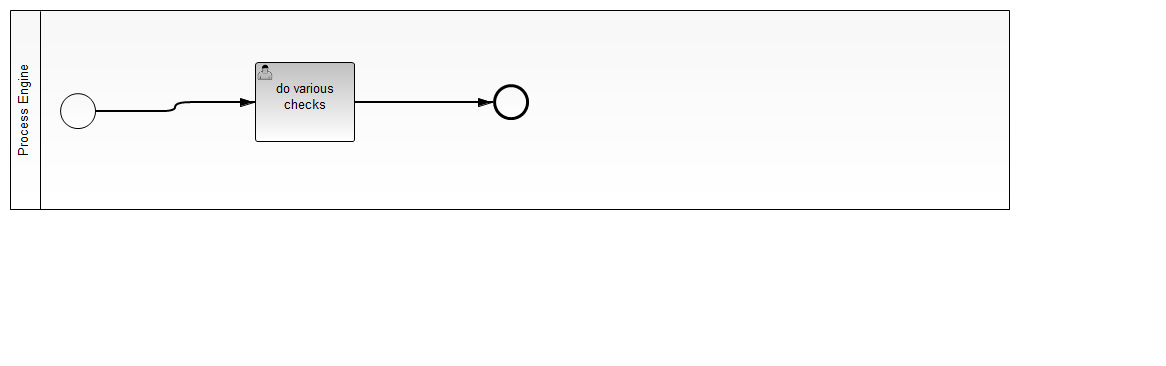
The BPMN diagram snippets/subtask-checklist/src/main/resources/process.png in camunda-consulting/camunda-7-code-examples, before a commit. Its source is kept beside it as snippets/subtask-checklist/src/main/resources/process.bpmn. Ids are renumbered. Source of this version:
```xml
<bpmn2:definitions xmlns:xsi="http://www.w3.org/2001/XMLSchema-instance" xmlns:bpmn2="http://www.omg.org/spec/BPMN/20100524/MODEL" xmlns:bpmndi="http://www.omg.org/spec/BPMN/20100524/DI" xmlns:camunda="http://activiti.org/bpmn" xmlns:dc="http://www.omg.org/spec/DD/20100524/DC" xmlns:di="http://www.omg.org/spec/DD/20100524/DI" xsi:schemaLocation="http://www.omg.org/spec/BPMN/20100524/MODEL BPMN20.xsd" id="Definitions_1" exporter="camunda modeler" exporterVersion="2.7.0.201501051438" targetNamespace="http://www.example.org/bpmn">
  <bpmn2:collaboration id="Collaboration_1" name="Default Collaboration">
    <bpmn2:participant id="Process_Engine" name="Process Engine" processRef="subtask-checklist"/>
  </bpmn2:collaboration>
  <bpmn2:process id="subtask-checklist" name="subtask-checklist" isExecutable="true">
    <bpmn2:startEvent id="StartEvent_1">
      <bpmn2:outgoing>SequenceFlow_1</bpmn2:outgoing>
    </bpmn2:startEvent>
    <bpmn2:endEvent id="EndEvent_1">
      <bpmn2:incoming>SequenceFlow_2</bpmn2:incoming>
    </bpmn2:endEvent>
    <bpmn2:sequenceFlow id="SequenceFlow_1" sourceRef="StartEvent_1" targetRef="Task_1"/>
    <bpmn2:userTask id="Task_1" camunda:formKey="embedded:app:task-form.html" name="do various checks">
      <bpmn2:extensionElements>
        <camunda:taskListener class="com.camunda.bpm.demo.subtask_checklist.CreateSubTasksListener" event="create"/>
        <camunda:properties>
          <camunda:property value="{   &quot;subtasks&quot;: [       {           &quot;taskName&quot;: &quot;checkmilage&quot;,           &quot;taskFormKey&quot;: &quot;myForm.jsf&quot;       },       {           &quot;taskName&quot;: &quot;checkdamages&quot;,           &quot;taskFormKey&quot;: &quot;myForm.jsf&quot;       }   ]}" name="subtaskConfiguration"/>
        </camunda:properties>
        <camunda:inputOutput>
          <camunda:inputParameter name="test">Hallo #{name}</camunda:inputParameter>
        </camunda:inputOutput>
        <camunda:taskListener class="com.camunda.bpm.demo.subtask_checklist.VerifySubtasksEndedListener" event="complete"/>
      </bpmn2:extensionElements>
      <bpmn2:incoming>SequenceFlow_1</bpmn2:incoming>
      <bpmn2:outgoing>SequenceFlow_2</bpmn2:outgoing>
    </bpmn2:userTask>
    <bpmn2:sequenceFlow id="SequenceFlow_2" name="" sourceRef="Task_1" targetRef="EndEvent_1"/>
  </bpmn2:process>
  <bpmndi:BPMNDiagram id="BPMNDiagram_1" name="Default Collaboration Diagram">
    <bpmndi:BPMNPlane id="BPMNPlane_1" bpmnElement="Collaboration_1">
      <bpmndi:BPMNShape id="BPMNShape_1" bpmnElement="Process_Engine" isHorizontal="true">
        <dc:Bounds height="200.0" width="555.0" x="10.0" y="10.0"/>
      </bpmndi:BPMNShape>
      <bpmndi:BPMNShape id="BPMNShape_StartEvent_1" bpmnElement="StartEvent_1">
        <dc:Bounds height="36.0" width="36.0" x="132.0" y="84.0"/>
        <bpmndi:BPMNLabel>
          <dc:Bounds height="0.0" width="0.0" x="153.0" y="122.0"/>
        </bpmndi:BPMNLabel>
      </bpmndi:BPMNShape>
      <bpmndi:BPMNShape id="BPMNShape_EndEvent_1" bpmnElement="EndEvent_1">
        <dc:Bounds height="36.0" width="36.0" x="493.0" y="84.0"/>
        <bpmndi:BPMNLabel>
          <dc:Bounds height="0.0" width="0.0" x="514.0" y="122.0"/>
        </bpmndi:BPMNLabel>
      </bpmndi:BPMNShape>
      <bpmndi:BPMNEdge id="BPMNEdge_SequenceFlow_1" bpmnElement="SequenceFlow_1" sourceElement="BPMNShape_StartEvent_1" targetElement="_BPMNShape_Task_2">
        <di:waypoint xsi:type="dc:Point" x="168.0" y="102.0"/>
        <di:waypoint xsi:type="dc:Point" x="255.0" y="102.0"/>
        <bpmndi:BPMNLabel>
          <dc:Bounds height="0.0" width="0.0" x="193.0" y="102.0"/>
        </bpmndi:BPMNLabel>
      </bpmndi:BPMNEdge>
      <bpmndi:BPMNShape id="_BPMNShape_Task_2" bpmnElement="Task_1">
        <dc:Bounds height="80.0" width="100.0" x="255.0" y="62.0"/>
      </bpmndi:BPMNShape>
      <bpmndi:BPMNEdge id="BPMNEdge_SequenceFlow_2" bpmnElement="SequenceFlow_2" sourceElement="_BPMNShape_Task_2" targetElement="BPMNShape_EndEvent_1">
        <di:waypoint xsi:type="dc:Point" x="355.0" y="102.0"/>
        <di:waypoint xsi:type="dc:Point" x="493.0" y="102.0"/>
        <bpmndi:BPMNLabel>
          <dc:Bounds height="6.0" width="6.0" x="421.0" y="102.0"/>
        </bpmndi:BPMNLabel>
      </bpmndi:BPMNEdge>
    </bpmndi:BPMNPlane>
  </bpmndi:BPMNDiagram>
</bpmn2:definitions>
```
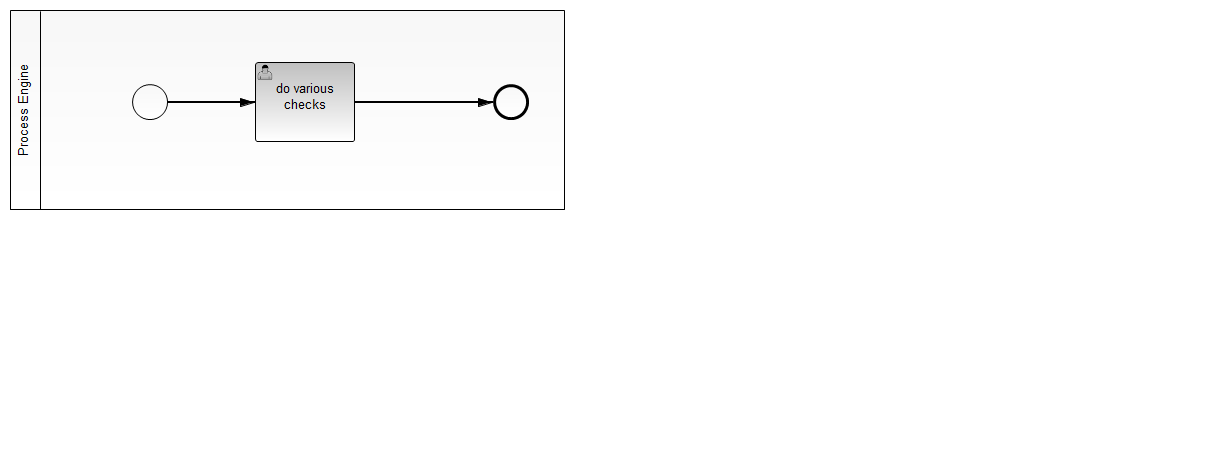
The same file after the commit.

Change to the diagram source:
```diff
@@ -14,7 +14,7 @@
       <bpmn2:extensionElements>
         <camunda:taskListener class="com.camunda.bpm.demo.subtask_checklist.CreateSubTasksListener" event="create"/>
         <camunda:properties>
-          <camunda:property value="{   &quot;subtasks&quot;: [       {           &quot;taskName&quot;: &quot;checkmilage&quot;,           &quot;taskFormKey&quot;: &quot;myForm.jsf&quot;       },       {           &quot;taskName&quot;: &quot;checkdamages&quot;,           &quot;taskFormKey&quot;: &quot;myForm.jsf&quot;       }   ]}" name="subtaskConfiguration"/>
+          <camunda:property value="[       {           &quot;taskName&quot;: &quot;checkmilage&quot;,           &quot;taskFormKey&quot;: &quot;myForm.jsf&quot;       },       {           &quot;taskName&quot;: &quot;checkdamages&quot;,           &quot;taskFormKey&quot;: &quot;myForm.jsf&quot;       }   ]" name="subtaskConfiguration"/>
         </camunda:properties>
         <camunda:inputOutput>
           <camunda:inputParameter name="test">Hallo #{name}</camunda:inputParameter>
```
